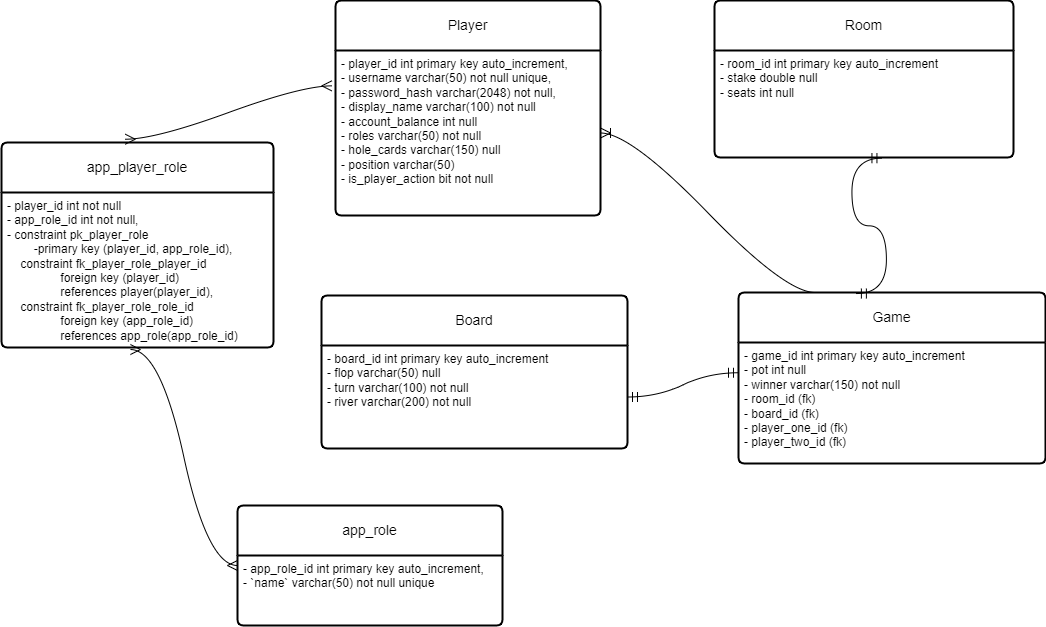
Earlier version of the draw.io export 8-bit-poker.drawio.png (tcarey-dev/8-Bit-Poker-Backend). Source tidied: cells renumbered, new cells last; positions are measured from the earlier drawing's top-left corner, leaving out a move shared by most shapes.
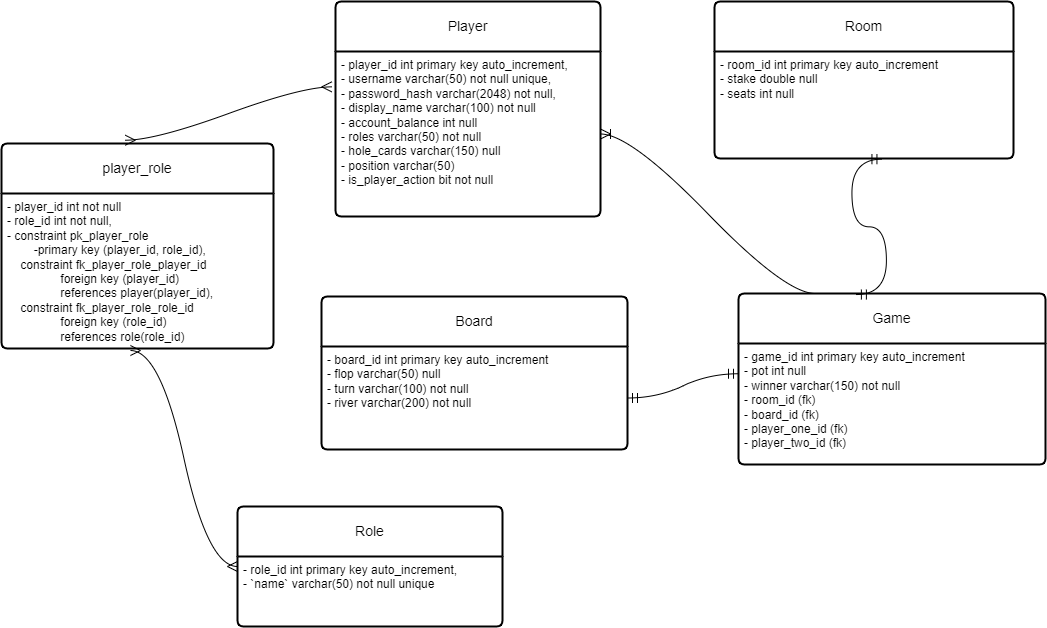
The same diagram one commit later.

The edit, as a diff of the source:
```diff
@@ -8,16 +8,16 @@
     <mxCell id="3" value="- player_id int primary key auto_increment,&lt;br&gt;- username varchar(50) not null unique,&lt;br&gt;- password_hash varchar(2048) not null,&lt;br&gt;- display_name varchar(100) not null&lt;br style=&quot;border-color: var(--border-color);&quot;&gt;- account_balance int null&lt;br style=&quot;border-color: var(--border-color);&quot;&gt;- roles varchar(50) not null&lt;br style=&quot;border-color: var(--border-color);&quot;&gt;- hole_cards varchar(150) null&lt;br style=&quot;border-color: var(--border-color);&quot;&gt;- position varchar(50)&lt;br style=&quot;border-color: var(--border-color);&quot;&gt;- is_player_action bit not null" style="align=left;strokeColor=none;fillColor=none;spacingLeft=4;fontSize=12;verticalAlign=top;html=1;" parent="2" vertex="1">
       <mxGeometry y="50" width="265" height="165" as="geometry" />
     </mxCell>
-    <mxCell id="4" value="app_role" style="swimlane;horizontal=1;startSize=50;rounded=1;fontSize=14;fontStyle=0;strokeWidth=2;shadow=0;dashed=0;align=center;arcSize=4;whiteSpace=wrap;html=1;" parent="1" vertex="1">
+    <mxCell id="4" value="Role" style="swimlane;horizontal=1;startSize=50;rounded=1;fontSize=14;fontStyle=0;strokeWidth=2;shadow=0;dashed=0;align=center;arcSize=4;whiteSpace=wrap;html=1;" parent="1" vertex="1">
       <mxGeometry x="236" y="505" width="265" height="120" as="geometry" />
     </mxCell>
-    <mxCell id="5" value="- app_role_id int primary key auto_increment,&lt;br&gt;- `name` varchar(50) not null unique" style="align=left;strokeColor=none;fillColor=none;spacingLeft=4;fontSize=12;verticalAlign=top;html=1;" parent="4" vertex="1">
+    <mxCell id="5" value="- role_id int primary key auto_increment,&lt;br&gt;- `name` varchar(50) not null unique" style="align=left;strokeColor=none;fillColor=none;spacingLeft=4;fontSize=12;verticalAlign=top;html=1;" parent="4" vertex="1">
       <mxGeometry y="50" width="265" height="70" as="geometry" />
     </mxCell>
-    <mxCell id="6" value="app_player_role" style="swimlane;horizontal=1;startSize=50;rounded=1;fontSize=14;fontStyle=0;strokeWidth=2;shadow=0;dashed=0;align=center;arcSize=4;whiteSpace=wrap;html=1;" parent="1" vertex="1">
+    <mxCell id="6" value="player_role" style="swimlane;horizontal=1;startSize=50;rounded=1;fontSize=14;fontStyle=0;strokeWidth=2;shadow=0;dashed=0;align=center;arcSize=4;whiteSpace=wrap;html=1;" parent="1" vertex="1">
       <mxGeometry y="142" width="272" height="205" as="geometry" />
     </mxCell>
-    <mxCell id="7" value="- player_id int not null&lt;br&gt;- app_role_id int not null,&lt;br&gt;- constraint pk_player_role&lt;br&gt;&lt;span style=&quot;white-space: pre;&quot;&gt;&#9;&lt;/span&gt;-primary key (player_id, app_role_id),&lt;div&gt;&amp;nbsp; &amp;nbsp; constraint fk_player_role_player_id&lt;/div&gt;&lt;div&gt;&amp;nbsp; &amp;nbsp; &amp;nbsp; &amp;nbsp; &lt;span style=&quot;white-space: pre;&quot;&gt;&#9;&lt;/span&gt;foreign key (player_id)&lt;/div&gt;&lt;div&gt;&amp;nbsp; &amp;nbsp; &amp;nbsp; &amp;nbsp; &lt;span style=&quot;white-space: pre;&quot;&gt;&#9;&lt;/span&gt;references player(player_id),&lt;/div&gt;&lt;div&gt;&amp;nbsp; &amp;nbsp; constraint fk_player_role_role_id&lt;/div&gt;&lt;div&gt;&amp;nbsp; &amp;nbsp; &amp;nbsp; &amp;nbsp; &lt;span style=&quot;white-space: pre;&quot;&gt;&#9;&lt;/span&gt;foreign key (app_role_id)&lt;/div&gt;&lt;div&gt;&amp;nbsp; &amp;nbsp; &amp;nbsp; &amp;nbsp; &lt;span style=&quot;white-space: pre;&quot;&gt;&#9;&lt;/span&gt;references app_role(app_role_id)&lt;/div&gt;" style="align=left;strokeColor=none;fillColor=none;spacingLeft=4;fontSize=12;verticalAlign=top;html=1;" parent="6" vertex="1">
+    <mxCell id="7" value="- player_id int not null&lt;br&gt;- role_id int not null,&lt;br&gt;- constraint pk_player_role&lt;br&gt;&lt;span style=&quot;white-space: pre;&quot;&gt;&#9;&lt;/span&gt;-primary key (player_id, role_id),&lt;div&gt;&amp;nbsp; &amp;nbsp; constraint fk_player_role_player_id&lt;/div&gt;&lt;div&gt;&amp;nbsp; &amp;nbsp; &amp;nbsp; &amp;nbsp; &lt;span style=&quot;white-space: pre;&quot;&gt;&#9;&lt;/span&gt;foreign key (player_id)&lt;/div&gt;&lt;div&gt;&amp;nbsp; &amp;nbsp; &amp;nbsp; &amp;nbsp; &lt;span style=&quot;white-space: pre;&quot;&gt;&#9;&lt;/span&gt;references player(player_id),&lt;/div&gt;&lt;div&gt;&amp;nbsp; &amp;nbsp; constraint fk_player_role_role_id&lt;/div&gt;&lt;div&gt;&amp;nbsp; &amp;nbsp; &amp;nbsp; &amp;nbsp; &lt;span style=&quot;white-space: pre;&quot;&gt;&#9;&lt;/span&gt;foreign key (role_id)&lt;/div&gt;&lt;div&gt;&amp;nbsp; &amp;nbsp; &amp;nbsp; &amp;nbsp; &lt;span style=&quot;white-space: pre;&quot;&gt;&#9;&lt;/span&gt;references role(role_id)&lt;/div&gt;" style="align=left;strokeColor=none;fillColor=none;spacingLeft=4;fontSize=12;verticalAlign=top;html=1;" parent="6" vertex="1">
       <mxGeometry y="50" width="272" height="155" as="geometry" />
     </mxCell>
     <mxCell id="8" value="Room" style="swimlane;horizontal=1;startSize=50;rounded=1;fontSize=14;fontStyle=0;strokeWidth=2;shadow=0;dashed=0;align=center;arcSize=4;whiteSpace=wrap;html=1;" parent="1" vertex="1">
```
